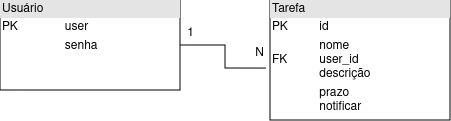
ggabriel537/TrabalhoDWEB1 keeps this draw.io diagram as DiagramaBanco.png. Above is the earlier version. Source tidied: cells renumbered, new cells last; positions are measured from the earlier drawing's top-left corner, leaving out a move shared by most shapes.
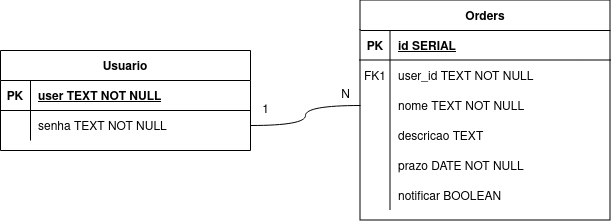
The same diagram one commit later.

Commit message:
Atualizado Imagem Banco

Diff of the diagram source:
```diff
@@ -2,20 +2,92 @@
   <root>
     <mxCell id="0" />
     <mxCell id="1" parent="0" />
-    <mxCell id="2" value="&lt;div style=&quot;box-sizing:border-box;width:100%;background:#e4e4e4;padding:2px;&quot;&gt;Usuário&lt;br&gt;&lt;/div&gt;&lt;table style=&quot;width:100%;font-size:1em;&quot; cellpadding=&quot;2&quot; cellspacing=&quot;0&quot;&gt;&lt;tbody&gt;&lt;tr&gt;&lt;td&gt;PK&lt;/td&gt;&lt;td&gt;user&lt;br&gt;&lt;/td&gt;&lt;/tr&gt;&lt;tr&gt;&lt;td&gt;&lt;br&gt;&lt;/td&gt;&lt;td&gt;senha&lt;br&gt;&lt;/td&gt;&lt;/tr&gt;&lt;tr&gt;&lt;td&gt;&lt;/td&gt;&lt;td&gt;&lt;br&gt;&lt;/td&gt;&lt;/tr&gt;&lt;/tbody&gt;&lt;/table&gt;" style="verticalAlign=top;align=left;overflow=fill;html=1;whiteSpace=wrap;" parent="1" vertex="1">
-      <mxGeometry width="180" height="90" as="geometry" />
-    </mxCell>
-    <mxCell id="3" value="&lt;div style=&quot;box-sizing:border-box;width:100%;background:#e4e4e4;padding:2px;&quot;&gt;Tarefa&lt;br&gt;&lt;/div&gt;&lt;table style=&quot;width:100%;font-size:1em;&quot; cellpadding=&quot;2&quot; cellspacing=&quot;0&quot;&gt;&lt;tbody&gt;&lt;tr&gt;&lt;td&gt;PK&lt;br&gt;&lt;/td&gt;&lt;td&gt;id&lt;br&gt;&lt;/td&gt;&lt;/tr&gt;&lt;tr&gt;&lt;td&gt;FK&lt;br&gt;&lt;/td&gt;&lt;td&gt;nome&lt;br&gt;user_id&lt;br&gt;descrição&lt;br&gt;&lt;/td&gt;&lt;/tr&gt;&lt;tr&gt;&lt;td&gt;&lt;/td&gt;&lt;td&gt;prazo&lt;br&gt;notificar&lt;br&gt;&lt;/td&gt;&lt;/tr&gt;&lt;/tbody&gt;&lt;/table&gt;" style="verticalAlign=top;align=left;overflow=fill;html=1;whiteSpace=wrap;" parent="1" vertex="1">
-      <mxGeometry x="270" width="180" height="120" as="geometry" />
-    </mxCell>
-    <mxCell id="4" style="edgeStyle=orthogonalEdgeStyle;rounded=0;jettySize=auto;html=1;entryX=-0.022;entryY=0.567;entryDx=0;entryDy=0;entryPerimeter=0;endArrow=none;endFill=0;" parent="1" edge="1" source="2" target="3">
-      <mxGeometry relative="1" as="geometry" />
-    </mxCell>
+    <mxCell id="7" value="Orders" style="shape=table;startSize=30;rowLines=0;fontStyle=1;align=center;" parent="1" vertex="1">
+      <mxGeometry x="310" y="-60" width="250" height="220" as="geometry" />
+    </mxCell>
+    <mxCell id="8" style="shape=partialRectangle;fillColor=none;top=0;left=0;right=0;bottom=1;" parent="7" vertex="1">
+      <mxGeometry y="30" width="250" height="30" as="geometry" />
+    </mxCell>
+    <mxCell id="9" value="PK" style="shape=partialRectangle;overflow=hidden;fillColor=none;top=0;left=0;bottom=0;right=0;fontStyle=1;" parent="8" vertex="1">
+      <mxGeometry width="30" height="30" as="geometry" />
+    </mxCell>
+    <mxCell id="10" value="id SERIAL " style="shape=partialRectangle;overflow=hidden;fillColor=none;top=0;left=0;bottom=0;right=0;align=left;spacingLeft=6;fontStyle=5;" parent="8" vertex="1">
+      <mxGeometry x="30" width="220" height="30" as="geometry" />
+    </mxCell>
+    <mxCell id="11" style="shape=partialRectangle;fillColor=none;top=0;left=0;right=0;bottom=0;" parent="7" vertex="1">
+      <mxGeometry y="60" width="250" height="30" as="geometry" />
+    </mxCell>
+    <mxCell id="12" value="FK1" style="shape=partialRectangle;overflow=hidden;fillColor=none;top=0;left=0;bottom=0;right=0;" parent="11" vertex="1">
+      <mxGeometry width="30" height="30" as="geometry" />
+    </mxCell>
+    <mxCell id="13" value="user_id TEXT NOT NULL" style="shape=partialRectangle;overflow=hidden;fillColor=none;top=0;left=0;bottom=0;right=0;align=left;spacingLeft=6;" parent="11" vertex="1">
+      <mxGeometry x="30" width="220" height="30" as="geometry" />
+    </mxCell>
+    <mxCell id="14" style="shape=partialRectangle;fillColor=none;points=[[0,0.5],[1,0.5]];portConstraint=eastwest;top=0;left=0;right=0;bottom=0;" parent="7" vertex="1">
+      <mxGeometry y="90" width="250" height="30" as="geometry" />
+    </mxCell>
+    <mxCell id="15" style="shape=partialRectangle;overflow=hidden;fillColor=none;top=0;left=0;bottom=0;right=0;" parent="14" vertex="1">
+      <mxGeometry width="30" height="30" as="geometry" />
+    </mxCell>
+    <mxCell id="16" value="nome TEXT NOT NULL" style="shape=partialRectangle;overflow=hidden;fillColor=none;top=0;left=0;bottom=0;right=0;align=left;spacingLeft=6;" parent="14" vertex="1">
+      <mxGeometry x="30" width="220" height="30" as="geometry" />
+    </mxCell>
+    <mxCell id="17" style="shape=partialRectangle;fillColor=none;top=0;left=0;right=0;bottom=0;" parent="7" vertex="1">
+      <mxGeometry y="120" width="250" height="30" as="geometry" />
+    </mxCell>
+    <mxCell id="18" style="shape=partialRectangle;overflow=hidden;fillColor=none;top=0;left=0;bottom=0;right=0;" parent="17" vertex="1">
+      <mxGeometry width="30" height="30" as="geometry" />
+    </mxCell>
+    <mxCell id="19" value="descricao TEXT" style="shape=partialRectangle;overflow=hidden;fillColor=none;top=0;left=0;bottom=0;right=0;align=left;spacingLeft=6;" parent="17" vertex="1">
+      <mxGeometry x="30" width="220" height="30" as="geometry" />
+    </mxCell>
+    <mxCell id="20" style="shape=partialRectangle;fillColor=none;top=0;left=0;right=0;bottom=0;" parent="7" vertex="1">
+      <mxGeometry y="150" width="250" height="30" as="geometry" />
+    </mxCell>
+    <mxCell id="21" style="shape=partialRectangle;overflow=hidden;fillColor=none;top=0;left=0;bottom=0;right=0;" parent="20" vertex="1">
+      <mxGeometry width="30" height="30" as="geometry" />
+    </mxCell>
+    <mxCell id="22" value="prazo DATE NOT NULL" style="shape=partialRectangle;overflow=hidden;fillColor=none;top=0;left=0;bottom=0;right=0;align=left;spacingLeft=6;" parent="20" vertex="1">
+      <mxGeometry x="30" width="220" height="30" as="geometry" />
+    </mxCell>
+    <mxCell id="23" style="shape=partialRectangle;fillColor=none;top=0;left=0;right=0;bottom=0;" parent="7" vertex="1">
+      <mxGeometry y="180" width="250" height="30" as="geometry" />
+    </mxCell>
+    <mxCell id="24" style="shape=partialRectangle;overflow=hidden;fillColor=none;top=0;left=0;bottom=0;right=0;" parent="23" vertex="1">
+      <mxGeometry width="30" height="30" as="geometry" />
+    </mxCell>
+    <mxCell id="25" value="notificar BOOLEAN" style="shape=partialRectangle;overflow=hidden;fillColor=none;top=0;left=0;bottom=0;right=0;align=left;spacingLeft=6;" parent="23" vertex="1">
+      <mxGeometry x="30" width="220" height="30" as="geometry" />
+    </mxCell>
+    <mxCell id="26" value="Usuario" style="shape=table;startSize=30;rowLines=0;fontStyle=1;align=center;" parent="1" vertex="1">
+      <mxGeometry x="-50" y="-10" width="250" height="100" as="geometry" />
+    </mxCell>
+    <mxCell id="27" style="shape=partialRectangle;fillColor=none;top=0;left=0;right=0;bottom=1;" parent="26" vertex="1">
+      <mxGeometry y="30" width="250" height="30" as="geometry" />
+    </mxCell>
+    <mxCell id="28" value="PK" style="shape=partialRectangle;overflow=hidden;fillColor=none;top=0;left=0;bottom=0;right=0;fontStyle=1;" parent="27" vertex="1">
+      <mxGeometry width="30" height="30" as="geometry" />
+    </mxCell>
+    <mxCell id="29" value="user TEXT NOT NULL " style="shape=partialRectangle;overflow=hidden;fillColor=none;top=0;left=0;bottom=0;right=0;align=left;spacingLeft=6;fontStyle=5;" parent="27" vertex="1">
+      <mxGeometry x="30" width="220" height="30" as="geometry" />
+    </mxCell>
+    <mxCell id="30" style="shape=partialRectangle;fillColor=none;points=[[0,0.5],[1,0.5]];portConstraint=eastwest;top=0;left=0;right=0;bottom=0;" parent="26" vertex="1">
+      <mxGeometry y="60" width="250" height="30" as="geometry" />
+    </mxCell>
+    <mxCell id="31" style="shape=partialRectangle;overflow=hidden;fillColor=none;top=0;left=0;bottom=0;right=0;" parent="30" vertex="1">
+      <mxGeometry width="30" height="30" as="geometry" />
+    </mxCell>
+    <mxCell id="32" value="senha TEXT NOT NULL" style="shape=partialRectangle;overflow=hidden;fillColor=none;top=0;left=0;bottom=0;right=0;align=left;spacingLeft=6;" parent="30" vertex="1">
+      <mxGeometry x="30" width="220" height="30" as="geometry" />
+    </mxCell>
+    <mxCell id="33" style="edgeStyle=orthogonalEdgeStyle;rounded=0;jettySize=auto;html=1;endArrow=none;endFill=0;curved=1;" parent="1" edge="1" source="14" target="30">
+      <mxGeometry relative="1" as="geometry" />
+    </mxCell>
     <mxCell id="5" value="1" style="text;html=1;align=center;verticalAlign=middle;strokeColor=none;fillColor=none;" parent="1" vertex="1">
-      <mxGeometry x="175" y="18" width="30" height="30" as="geometry" />
+      <mxGeometry x="200" y="35" width="30" height="30" as="geometry" />
     </mxCell>
     <mxCell id="6" value="N" style="text;html=1;align=center;verticalAlign=middle;strokeColor=none;fillColor=none;" parent="1" vertex="1">
-      <mxGeometry x="244" y="38" width="30" height="30" as="geometry" />
+      <mxGeometry x="280" y="20" width="30" height="30" as="geometry" />
     </mxCell>
   </root>
 </mxGraphModel>
```
